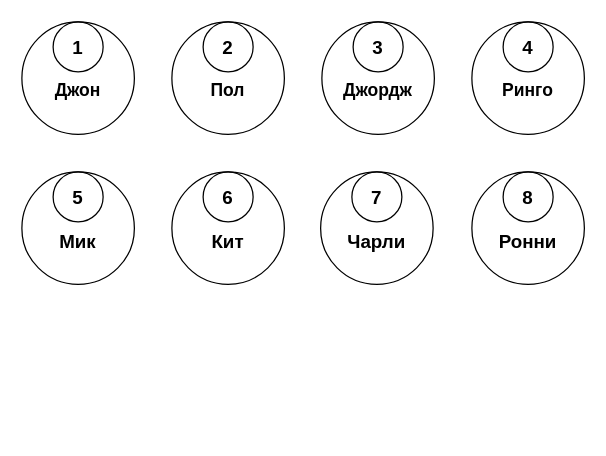
The draw.io diagram page "Musician" (1 of 8) of dbMusicW.drawio in anngritsuk/Graph-database, before the edit. Source tidied: cells renumbered, new cells numbered last; positions are measured from the earlier drawing's top-left corner, leaving out a move shared by most shapes. Both pictures are drawn from the tidied source at 125%, with x=0, y=0 at pixel (21, 21).
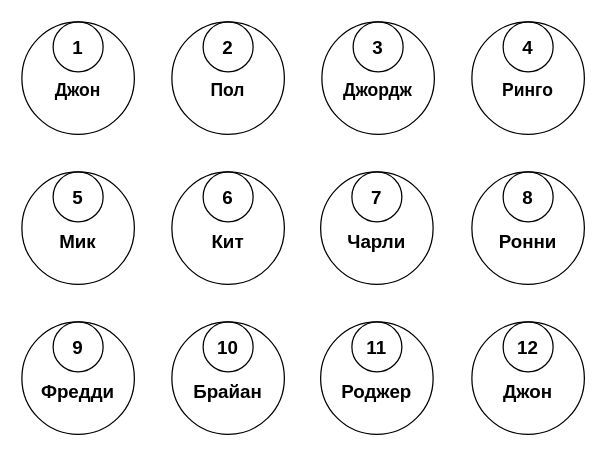
Above is the later version.

The change refers to these unchanged cells:
```xml
<mxCell id="2" style="group;" parent="1" vertex="1">
  <mxGeometry width="450" height="330" as="geometry" />
</mxCell>
```

What changed in the source:
```diff
@@
+    <mxCell id="35" style="group;" parent="2" vertex="1">
+      <mxGeometry x="120" y="240" width="90" height="90" as="geometry" />
+    </mxCell>
+    <mxCell id="36" style="ellipse;whiteSpace=wrap;html=1;fillColor=none;" parent="35" vertex="1">
+      <mxGeometry width="90" height="90" as="geometry" />
+    </mxCell>
+    <mxCell id="37" value="&lt;font style=&quot;font-size: 15px;&quot;&gt;&lt;b&gt;10&lt;/b&gt;&lt;/font&gt;" style="ellipse;whiteSpace=wrap;html=1;fillColor=none;" parent="35" vertex="1">
+      <mxGeometry x="25" width="40" height="40" as="geometry" />
+    </mxCell>
+    <mxCell id="38" value="&lt;span style=&quot;font-size: 15px;&quot;&gt;&lt;b&gt;Брайан&lt;/b&gt;&lt;/span&gt;" style="text;html=1;strokeColor=none;fillColor=none;align=center;verticalAlign=middle;whiteSpace=wrap;rounded=0;" parent="35" vertex="1">
+      <mxGeometry x="15" y="40" width="60" height="30" as="geometry" />
+    </mxCell>
+    <mxCell id="39" style="group;" parent="2" vertex="1">
+      <mxGeometry x="239" y="240" width="90" height="90" as="geometry" />
+    </mxCell>
+    <mxCell id="40" style="ellipse;whiteSpace=wrap;html=1;fillColor=none;" parent="39" vertex="1">
+      <mxGeometry width="90" height="90" as="geometry" />
+    </mxCell>
+    <mxCell id="41" value="&lt;font style=&quot;font-size: 15px;&quot;&gt;&lt;b&gt;11&lt;/b&gt;&lt;/font&gt;" style="ellipse;whiteSpace=wrap;html=1;fillColor=none;" parent="39" vertex="1">
+      <mxGeometry x="25" width="40" height="40" as="geometry" />
+    </mxCell>
+    <mxCell id="42" value="&lt;span style=&quot;font-size: 15px;&quot;&gt;&lt;b&gt;Роджер&lt;/b&gt;&lt;/span&gt;" style="text;html=1;strokeColor=none;fillColor=none;align=center;verticalAlign=middle;whiteSpace=wrap;rounded=0;" parent="39" vertex="1">
+      <mxGeometry x="15" y="40" width="60" height="30" as="geometry" />
+    </mxCell>
+    <mxCell id="43" style="group;" parent="2" vertex="1">
+      <mxGeometry x="360" y="240" width="90" height="90" as="geometry" />
+    </mxCell>
+    <mxCell id="44" style="ellipse;whiteSpace=wrap;html=1;fillColor=none;" parent="43" vertex="1">
+      <mxGeometry width="90" height="90" as="geometry" />
+    </mxCell>
+    <mxCell id="45" value="&lt;font style=&quot;font-size: 15px;&quot;&gt;&lt;b&gt;12&lt;/b&gt;&lt;/font&gt;" style="ellipse;whiteSpace=wrap;html=1;fillColor=none;" parent="43" vertex="1">
+      <mxGeometry x="25" width="40" height="40" as="geometry" />
+    </mxCell>
+    <mxCell id="46" value="&lt;span style=&quot;font-size: 15px;&quot;&gt;&lt;b&gt;Джон&lt;/b&gt;&lt;/span&gt;" style="text;html=1;strokeColor=none;fillColor=none;align=center;verticalAlign=middle;whiteSpace=wrap;rounded=0;" parent="43" vertex="1">
+      <mxGeometry x="15" y="40" width="60" height="30" as="geometry" />
+    </mxCell>
+    <mxCell id="47" style="group;" parent="2" vertex="1">
+      <mxGeometry y="240" width="90" height="90" as="geometry" />
+    </mxCell>
+    <mxCell id="48" style="ellipse;whiteSpace=wrap;html=1;fillColor=none;" parent="47" vertex="1">
+      <mxGeometry width="90" height="90" as="geometry" />
+    </mxCell>
+    <mxCell id="49" value="&lt;font style=&quot;font-size: 15px;&quot;&gt;&lt;b&gt;9&lt;/b&gt;&lt;/font&gt;" style="ellipse;whiteSpace=wrap;html=1;fillColor=none;" parent="47" vertex="1">
+      <mxGeometry x="25" width="40" height="40" as="geometry" />
+    </mxCell>
+    <mxCell id="50" value="&lt;span style=&quot;font-size: 15px;&quot;&gt;&lt;b&gt;Фредди&lt;/b&gt;&lt;/span&gt;" style="text;html=1;strokeColor=none;fillColor=none;align=center;verticalAlign=middle;whiteSpace=wrap;rounded=0;" parent="47" vertex="1">
+      <mxGeometry x="15" y="40" width="60" height="30" as="geometry" />
+    </mxCell>
```
